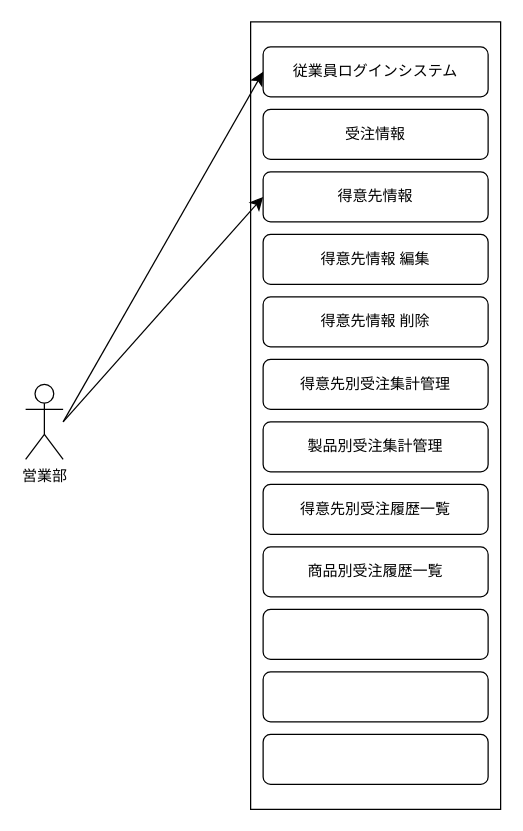
kmjak/Django-Production-Task keeps this draw.io diagram as page "営業部UC" (3 of 7) of draw.io/details.drawio. Above is the earlier version. Source tidied: cells renumbered, new cells numbered last; positions are measured from the earlier drawing's top-left corner, leaving out a move shared by most shapes. Both pictures are drawn from the tidied source at 125%, with x=0, y=0 at pixel (25, 21).
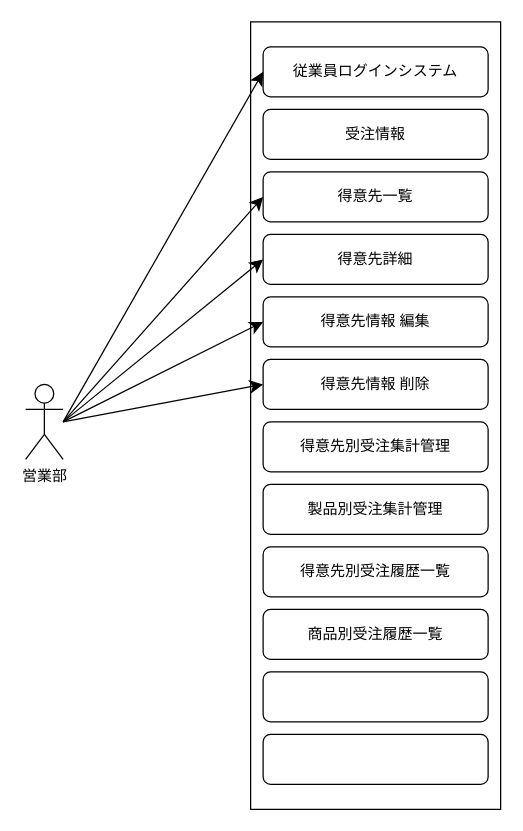
Above is the later version.

The edit, as a diff of the source:
```diff
@@
-    <mxCell id="7" value="得意先情報" style="rounded=1;whiteSpace=wrap;html=1;" parent="1" vertex="1">
+    <mxCell id="7" value="得意先一覧" style="rounded=1;whiteSpace=wrap;html=1;" parent="1" vertex="1">
       <mxGeometry x="190" y="120" width="180" height="40" as="geometry" />
     </mxCell>
-    <mxCell id="8" value="得意先情報 編集" style="rounded=1;whiteSpace=wrap;html=1;" parent="1" vertex="1">
+    <mxCell id="8" value="得意先詳細" style="rounded=1;whiteSpace=wrap;html=1;" parent="1" vertex="1">
       <mxGeometry x="190" y="170" width="180" height="40" as="geometry" />
     </mxCell>
-    <mxCell id="9" value="得意先情報 削除" style="rounded=1;whiteSpace=wrap;html=1;" parent="1" vertex="1">
+    <mxCell id="9" value="得意先情報 編集" style="rounded=1;whiteSpace=wrap;html=1;" parent="1" vertex="1">
       <mxGeometry x="190" y="220" width="180" height="40" as="geometry" />
     </mxCell>
-    <mxCell id="10" value="製品別受注集計管理" style="rounded=1;whiteSpace=wrap;html=1;" parent="1" vertex="1">
+    <mxCell id="10" value="得意先別受注集計管理" style="rounded=1;whiteSpace=wrap;html=1;" parent="1" vertex="1">
       <mxGeometry x="190" y="320" width="180" height="40" as="geometry" />
     </mxCell>
-    <mxCell id="11" value="得意先別受注集計管理" style="rounded=1;whiteSpace=wrap;html=1;" parent="1" vertex="1">
+    <mxCell id="11" value="得意先情報 削除" style="rounded=1;whiteSpace=wrap;html=1;" parent="1" vertex="1">
       <mxGeometry x="190" y="270" width="180" height="40" as="geometry" />
     </mxCell>
-    <mxCell id="12" value="得意先別受注履歴一覧" style="rounded=1;whiteSpace=wrap;html=1;" parent="1" vertex="1">
+    <mxCell id="12" value="製品別受注集計管理" style="rounded=1;whiteSpace=wrap;html=1;" parent="1" vertex="1">
       <mxGeometry x="190" y="370" width="180" height="40" as="geometry" />
     </mxCell>
-    <mxCell id="13" value="商品別受注履歴一覧" style="rounded=1;whiteSpace=wrap;html=1;" parent="1" vertex="1">
+    <mxCell id="13" value="得意先別受注履歴一覧" style="rounded=1;whiteSpace=wrap;html=1;" parent="1" vertex="1">
       <mxGeometry x="190" y="420" width="180" height="40" as="geometry" />
     </mxCell>
-    <mxCell id="14" style="rounded=1;whiteSpace=wrap;html=1;" parent="1" vertex="1">
+    <mxCell id="14" value="商品別受注履歴一覧" style="rounded=1;whiteSpace=wrap;html=1;" parent="1" vertex="1">
       <mxGeometry x="190" y="470" width="180" height="40" as="geometry" />
     </mxCell>
@@
+    <mxCell id="18" style="endArrow=classic;html=1;rounded=0;fontSize=12;startSize=8;endSize=8;curved=1;entryX=0;entryY=0.5;entryDx=0;entryDy=0;" parent="1" edge="1">
+      <mxGeometry relative="1" as="geometry">
+        <mxPoint x="30" y="320" as="sourcePoint" />
+        <mxPoint x="190" y="190" as="targetPoint" />
+      </mxGeometry>
+    </mxCell>
+    <mxCell id="19" style="endArrow=classic;html=1;rounded=0;fontSize=12;startSize=8;endSize=8;curved=1;entryX=0;entryY=0.5;entryDx=0;entryDy=0;" parent="1" edge="1">
+      <mxGeometry relative="1" as="geometry">
+        <mxPoint x="30" y="320" as="sourcePoint" />
+        <mxPoint x="190" y="240" as="targetPoint" />
+      </mxGeometry>
+    </mxCell>
+    <mxCell id="20" style="endArrow=classic;html=1;rounded=0;fontSize=12;startSize=8;endSize=8;curved=1;entryX=0;entryY=0.5;entryDx=0;entryDy=0;" parent="1" edge="1">
+      <mxGeometry relative="1" as="geometry">
+        <mxPoint x="30" y="320" as="sourcePoint" />
+        <mxPoint x="190" y="290" as="targetPoint" />
+      </mxGeometry>
+    </mxCell>
```
